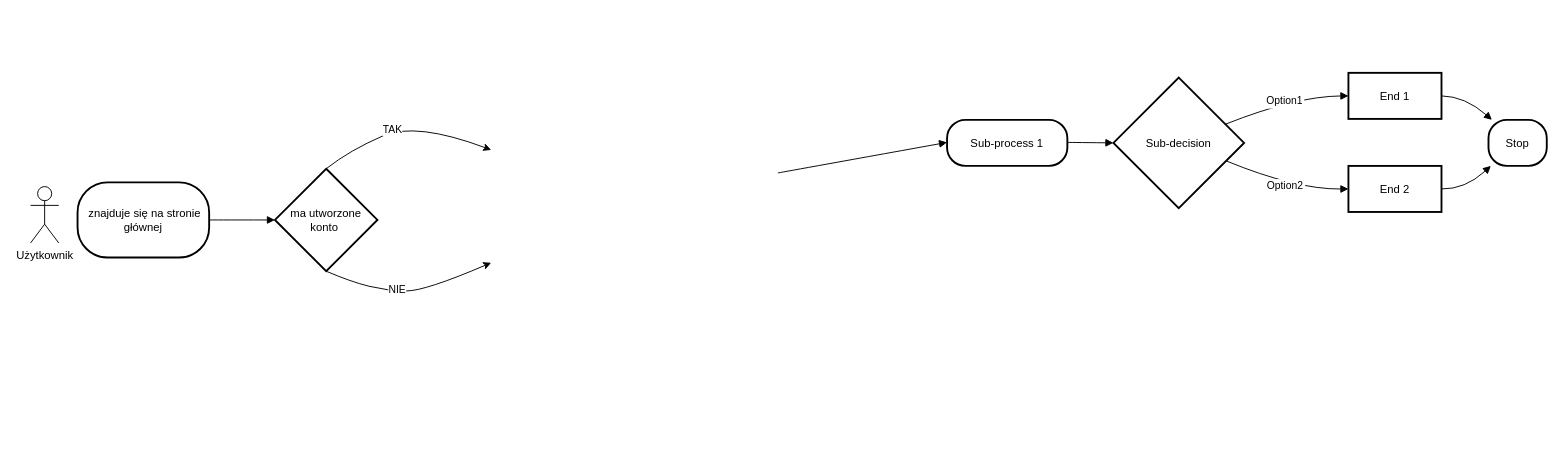
Above: Diagram bez tytułu.drawio in Cielako/django_social_app_diag_repo (draw.io), before the change. Source tidied: cells renumbered, new cells numbered last; positions are measured from the earlier drawing's top-left corner, leaving out a move shared by most shapes. Both pictures are drawn from the tidied source at 94%, with x=0, y=0 at pixel (30, 72).
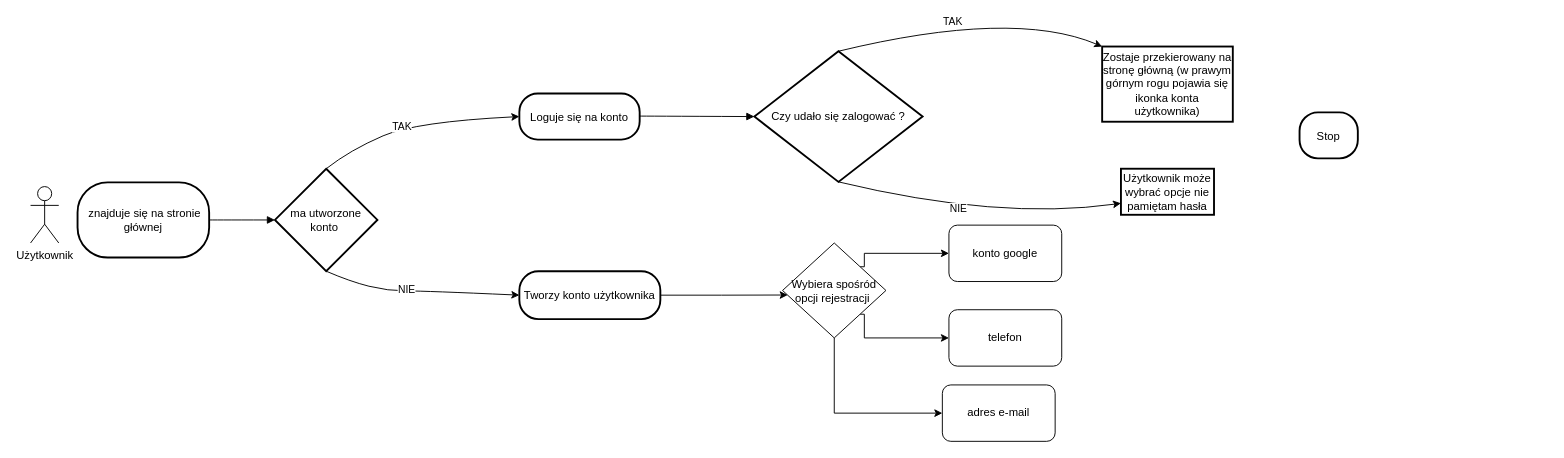
The same page after the edit.

Unchanged cells that the change refers to:
```xml
<mxCell id="3" value="ma utworzone konto " style="rhombus;strokeWidth=2;whiteSpace=wrap;" parent="1" vertex="1">
  <mxGeometry x="260" y="102" width="109" height="109" as="geometry" />
</mxCell>
```

What changed in the source:
```diff
@@
-    <mxCell id="4" value="Sub-process 1" style="rounded=1;arcSize=40;strokeWidth=2;" parent="1" vertex="1">
-      <mxGeometry x="975" y="50" width="128" height="49" as="geometry" />
+    <mxCell id="4" value="Loguje się na konto" style="rounded=1;arcSize=40;strokeWidth=2;" parent="1" vertex="1">
+      <mxGeometry x="520" y="22" width="128" height="49" as="geometry" />
     </mxCell>
-    <mxCell id="5" value="Sub-decision" style="rhombus;strokeWidth=2;whiteSpace=wrap;" parent="1" vertex="1">
-      <mxGeometry x="1152" y="5" width="139" height="139" as="geometry" />
+    <mxCell id="5" value="Czy udało się zalogować ?" style="rhombus;strokeWidth=2;whiteSpace=wrap;" parent="1" vertex="1">
+      <mxGeometry x="770" y="-23" width="179" height="139" as="geometry" />
     </mxCell>
-    <mxCell id="6" value="End 1" style="whiteSpace=wrap;strokeWidth=2;" parent="1" vertex="1">
-      <mxGeometry x="1402" width="99" height="49" as="geometry" />
+    <mxCell id="6" value="Zostaje przekierowany na stronę główną (w prawym górnym rogu pojawia się ikonka konta użytkownika)" style="whiteSpace=wrap;strokeWidth=2;" parent="1" vertex="1">
+      <mxGeometry x="1140" y="-28" width="139" height="80" as="geometry" />
     </mxCell>
-    <mxCell id="7" value="End 2" style="whiteSpace=wrap;strokeWidth=2;" parent="1" vertex="1">
-      <mxGeometry x="1402" y="99" width="99" height="49" as="geometry" />
+    <mxCell id="7" value="Użytkownik może wybrać opcje nie pamiętam hasła" style="whiteSpace=wrap;strokeWidth=2;" parent="1" vertex="1">
+      <mxGeometry x="1160" y="102" width="99" height="49" as="geometry" />
     </mxCell>
     <mxCell id="8" value="Stop" style="rounded=1;arcSize=40;strokeWidth=2;" parent="1" vertex="1">
-      <mxGeometry x="1551" y="50" width="62" height="49" as="geometry" />
+      <mxGeometry x="1350" y="42" width="62" height="49" as="geometry" />
     </mxCell>
@@
-    <mxCell id="10" style="curved=1;startArrow=none;endArrow=block;exitX=1;exitY=0.5;entryX=0;entryY=0.49;" parent="1" edge="1" target="4">
-      <mxGeometry relative="1" as="geometry">
-        <mxPoint x="795" y="106.5" as="sourcePoint" />
-      </mxGeometry>
-    </mxCell>
@@
-    <mxCell id="12" value="Option1" style="curved=1;startArrow=none;endArrow=block;exitX=1;exitY=0.3;entryX=0;entryY=0.5;" parent="1" edge="1" source="5" target="6">
-      <mxGeometry relative="1" as="geometry">
-        <Array as="points">
-          <mxPoint x="1346" y="25" />
-        </Array>
-      </mxGeometry>
-    </mxCell>
-    <mxCell id="13" value="Option2" style="curved=1;startArrow=none;endArrow=block;exitX=1;exitY=0.69;entryX=0;entryY=0.5;" parent="1" edge="1" source="5" target="7">
-      <mxGeometry relative="1" as="geometry">
-        <Array as="points">
-          <mxPoint x="1346" y="124" />
-        </Array>
-      </mxGeometry>
-    </mxCell>
-    <mxCell id="14" style="curved=1;startArrow=none;endArrow=block;exitX=1;exitY=0.5;entryX=0.05;entryY=-0.01;" parent="1" edge="1" source="6" target="8">
-      <mxGeometry relative="1" as="geometry">
-        <Array as="points">
-          <mxPoint x="1526" y="25" />
-        </Array>
-      </mxGeometry>
-    </mxCell>
-    <mxCell id="15" style="curved=1;startArrow=none;endArrow=block;exitX=1;exitY=0.5;entryX=0.05;entryY=0.99;" parent="1" edge="1" source="7" target="8">
-      <mxGeometry relative="1" as="geometry">
-        <Array as="points">
-          <mxPoint x="1526" y="124" />
-        </Array>
-      </mxGeometry>
-    </mxCell>
@@
-    <mxCell id="17" style="curved=1;endArrow=classic;html=1;rounded=0;exitX=0.5;exitY=0;exitDx=0;exitDy=0;" parent="1" edge="1" source="3">
+    <mxCell id="17" style="curved=1;endArrow=classic;html=1;rounded=0;exitX=0.5;exitY=0;exitDx=0;exitDy=0;entryX=0;entryY=0.5;entryDx=0;entryDy=0;" parent="1" edge="1" source="3" target="4">
       <mxGeometry relative="1" as="geometry">
-        <mxPoint x="490" y="82" as="targetPoint" />
         <Array as="points">
           <mxPoint x="340" y="82" />
           <mxPoint x="410" y="52" />
         </Array>
       </mxGeometry>
     </mxCell>
@@
-    <mxCell id="19" style="curved=1;endArrow=classic;html=1;rounded=0;exitX=0.5;exitY=1;exitDx=0;exitDy=0;" parent="1" edge="1" source="3">
+    <mxCell id="19" style="curved=1;endArrow=classic;html=1;rounded=0;exitX=0.5;exitY=1;exitDx=0;exitDy=0;entryX=0;entryY=0.5;entryDx=0;entryDy=0;" parent="1" edge="1" source="3" target="21">
       <mxGeometry relative="1" as="geometry">
-        <mxPoint x="490" y="202" as="targetPoint" />
         <Array as="points">
           <mxPoint x="340" y="222" />
           <mxPoint x="380" y="232" />
           <mxPoint x="420" y="232" />
         </Array>
       </mxGeometry>
     </mxCell>
@@
+    <mxCell id="21" value="Tworzy konto użytkownika" style="rounded=1;arcSize=40;strokeWidth=2;" parent="1" vertex="1">
+      <mxGeometry x="520" y="211" width="150" height="51" as="geometry" />
+    </mxCell>
+    <mxCell id="12" style="curved=1;endArrow=classic;html=1;rounded=0;exitX=0.5;exitY=0;exitDx=0;exitDy=0;entryX=0;entryY=0;entryDx=0;entryDy=0;" parent="1" edge="1" source="5" target="6">
+      <mxGeometry relative="1" as="geometry">
+        <Array as="points">
+          <mxPoint x="1045" y="-68" />
+        </Array>
+      </mxGeometry>
+    </mxCell>
+    <mxCell id="22" value="TAK" style="edgeLabel;html=1;align=center;verticalAlign=middle;" parent="12" vertex="1">
+      <mxGeometry x="-0.15" y="2" relative="1" as="geometry" />
+    </mxCell>
+    <mxCell id="13" style="curved=1;endArrow=classic;html=1;rounded=0;exitX=0.5;exitY=1;exitDx=0;exitDy=0;entryX=0;entryY=0.75;entryDx=0;entryDy=0;" parent="1" edge="1" source="5" target="7">
+      <mxGeometry relative="1" as="geometry">
+        <Array as="points">
+          <mxPoint x="1030" y="157" />
+        </Array>
+      </mxGeometry>
+    </mxCell>
+    <mxCell id="23" value="NIE" style="edgeLabel;html=1;align=center;verticalAlign=middle;" parent="13" vertex="1">
+      <mxGeometry x="-0.15" y="2" relative="1" as="geometry" />
+    </mxCell>
+    <mxCell id="24" style="edgeStyle=orthogonalEdgeStyle;rounded=0;jettySize=auto;html=1;exitX=1;exitY=0;exitDx=0;exitDy=0;entryX=0;entryY=0.5;entryDx=0;entryDy=0;" parent="1" edge="1" source="27" target="28">
+      <mxGeometry relative="1" as="geometry">
+        <Array as="points">
+          <mxPoint x="887" y="192" />
+        </Array>
+      </mxGeometry>
+    </mxCell>
+    <mxCell id="25" style="edgeStyle=orthogonalEdgeStyle;rounded=0;jettySize=auto;html=1;exitX=1;exitY=1;exitDx=0;exitDy=0;entryX=0;entryY=0.5;entryDx=0;entryDy=0;" parent="1" edge="1" source="27" target="29">
+      <mxGeometry relative="1" as="geometry">
+        <Array as="points">
+          <mxPoint x="887" y="282" />
+        </Array>
+      </mxGeometry>
+    </mxCell>
+    <mxCell id="26" style="edgeStyle=orthogonalEdgeStyle;rounded=0;jettySize=auto;html=1;exitX=0.5;exitY=1;exitDx=0;exitDy=0;entryX=0;entryY=0.5;entryDx=0;entryDy=0;" parent="1" edge="1" source="27" target="31">
+      <mxGeometry relative="1" as="geometry" />
+    </mxCell>
+    <mxCell id="27" value="Wybiera spośród opcji rejestracji&amp;nbsp;" style="rhombus;whiteSpace=wrap;html=1;" parent="1" vertex="1">
+      <mxGeometry x="800" y="181" width="110" height="101" as="geometry" />
+    </mxCell>
+    <mxCell id="28" value="konto google" style="rounded=1;whiteSpace=wrap;html=1;" parent="1" vertex="1">
+      <mxGeometry x="977" y="162" width="120" height="60" as="geometry" />
+    </mxCell>
+    <mxCell id="29" value="telefon" style="rounded=1;whiteSpace=wrap;html=1;" parent="1" vertex="1">
+      <mxGeometry x="977" y="252" width="120" height="60" as="geometry" />
+    </mxCell>
+    <mxCell id="30" style="edgeStyle=orthogonalEdgeStyle;rounded=0;jettySize=auto;html=1;exitX=1;exitY=0.5;exitDx=0;exitDy=0;entryX=0.05;entryY=0.548;entryDx=0;entryDy=0;entryPerimeter=0;" parent="1" edge="1" source="21" target="27">
+      <mxGeometry relative="1" as="geometry" />
+    </mxCell>
+    <mxCell id="31" value="adres e-mail" style="rounded=1;whiteSpace=wrap;html=1;" parent="1" vertex="1">
+      <mxGeometry x="970" y="332" width="120" height="60" as="geometry" />
+    </mxCell>
```
